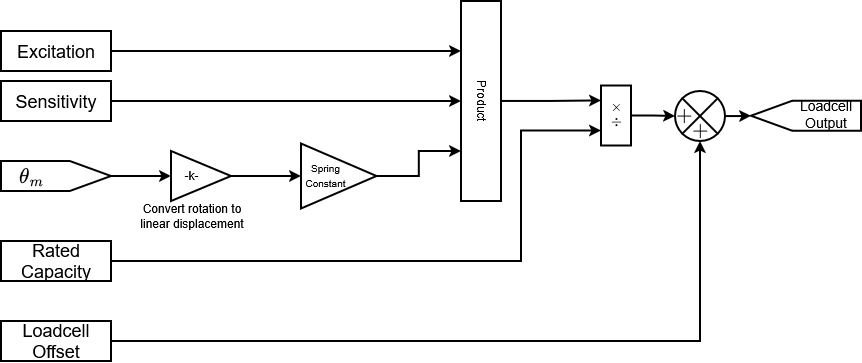
The draw.io diagram latex/figs/ch2_loadcell_model.png in DrewTCurrie/ThesisWork, before a commit. Source tidied: cells renumbered, new cells last; positions are measured from the earlier drawing's top-left corner, leaving out a move shared by most shapes. The source it was exported from:
```xml
<mxGraphModel math="1">
  <root>
    <mxCell id="0" />
    <mxCell id="1" parent="0" />
    <mxCell id="2" style="edgeStyle=orthogonalEdgeStyle;rounded=0;jettySize=auto;html=1;entryX=0;entryY=0.5;entryDx=0;entryDy=0;defaultLabelBackgroundColor=page;strokeWidth=2;" parent="1" edge="1" source="3" target="14">
      <mxGeometry relative="1" as="geometry" />
    </mxCell>
    <mxCell id="3" style="shape=offPageConnector;whiteSpace=wrap;html=1;rotation=-90;strokeWidth=2;" parent="1" vertex="1">
      <mxGeometry x="40" y="90" width="30" height="110" as="geometry" />
    </mxCell>
    <mxCell id="4" style="edgeStyle=orthogonalEdgeStyle;rounded=0;jettySize=auto;html=1;defaultLabelBackgroundColor=page;entryX=0.25;entryY=1;entryDx=0;entryDy=0;strokeWidth=2;" parent="1" edge="1" source="5" target="21">
      <mxGeometry x="-0.13" relative="1" as="geometry" />
    </mxCell>
    <mxCell id="5" value="&lt;font style=&quot;font-size: 18px;&quot;&gt;Excitation&lt;/font&gt;" style="rounded=0;whiteSpace=wrap;html=1;strokeWidth=2;" parent="1" vertex="1">
      <mxGeometry width="110" height="40" as="geometry" />
    </mxCell>
    <mxCell id="6" style="edgeStyle=orthogonalEdgeStyle;rounded=0;jettySize=auto;html=1;defaultLabelBackgroundColor=page;strokeWidth=2;" parent="1" edge="1" source="7" target="21">
      <mxGeometry relative="1" as="geometry" />
    </mxCell>
    <mxCell id="7" value="&lt;font style=&quot;font-size: 18px;&quot;&gt;Sensitivity&lt;/font&gt;" style="rounded=0;whiteSpace=wrap;html=1;strokeWidth=2;" parent="1" vertex="1">
      <mxGeometry y="50" width="110" height="40" as="geometry" />
    </mxCell>
    <mxCell id="8" style="edgeStyle=orthogonalEdgeStyle;rounded=0;jettySize=auto;html=1;entryX=0;entryY=0.75;entryDx=0;entryDy=0;defaultLabelBackgroundColor=page;strokeWidth=2;" parent="1" edge="1" source="9" target="22">
      <mxGeometry relative="1" as="geometry">
        <Array as="points">
          <mxPoint x="520" y="230" />
          <mxPoint x="520" y="99.5" />
        </Array>
      </mxGeometry>
    </mxCell>
    <mxCell id="9" value="&lt;font style=&quot;font-size: 18px;&quot;&gt;Rated Capacity&lt;/font&gt;" style="rounded=0;whiteSpace=wrap;html=1;strokeWidth=2;" parent="1" vertex="1">
      <mxGeometry y="210" width="110" height="40" as="geometry" />
    </mxCell>
    <mxCell id="10" style="edgeStyle=orthogonalEdgeStyle;rounded=0;jettySize=auto;html=1;defaultLabelBackgroundColor=page;strokeWidth=2;" parent="1" edge="1" source="11" target="27">
      <mxGeometry relative="1" as="geometry" />
    </mxCell>
    <mxCell id="11" value="&lt;font style=&quot;font-size: 18px;&quot;&gt;Loadcell Offset&lt;/font&gt;" style="rounded=0;whiteSpace=wrap;html=1;strokeWidth=2;" parent="1" vertex="1">
      <mxGeometry y="290" width="110" height="40" as="geometry" />
    </mxCell>
    <mxCell id="12" value="&lt;font style=&quot;font-size: 18px;&quot;&gt;\(\theta_m\)&lt;/font&gt;" style="text;html=1;whiteSpace=wrap;strokeColor=none;fillColor=none;align=center;verticalAlign=middle;rounded=0;strokeWidth=2;" parent="1" vertex="1">
      <mxGeometry y="130" width="60" height="30" as="geometry" />
    </mxCell>
    <mxCell id="13" style="edgeStyle=orthogonalEdgeStyle;rounded=0;jettySize=auto;html=1;entryX=0;entryY=0.5;entryDx=0;entryDy=0;defaultLabelBackgroundColor=page;strokeWidth=2;" parent="1" edge="1" source="14" target="18">
      <mxGeometry relative="1" as="geometry" />
    </mxCell>
    <mxCell id="14" style="triangle;whiteSpace=wrap;html=1;shapeInside=1;strokeWidth=2;" parent="1" vertex="1">
      <mxGeometry x="170" y="120" width="60" height="50" as="geometry" />
    </mxCell>
    <mxCell id="15" value="-k-" style="text;html=1;whiteSpace=wrap;strokeColor=none;fillColor=none;align=center;verticalAlign=middle;rounded=0;strokeWidth=2;" parent="1" vertex="1">
      <mxGeometry x="177" y="134.7" width="27" height="18.6" as="geometry" />
    </mxCell>
    <mxCell id="16" value="Convert rotation to linear displacement" style="text;html=1;whiteSpace=wrap;strokeColor=none;fillColor=none;align=center;verticalAlign=middle;rounded=0;strokeWidth=2;" parent="1" vertex="1">
      <mxGeometry x="135.5" y="170" width="110" height="30" as="geometry" />
    </mxCell>
    <mxCell id="17" style="edgeStyle=orthogonalEdgeStyle;rounded=0;jettySize=auto;html=1;entryX=0.75;entryY=1;entryDx=0;entryDy=0;defaultLabelBackgroundColor=page;strokeWidth=2;" parent="1" edge="1" source="18" target="21">
      <mxGeometry relative="1" as="geometry" />
    </mxCell>
    <mxCell id="18" style="triangle;whiteSpace=wrap;html=1;shapeInside=1;strokeWidth=2;" parent="1" vertex="1">
      <mxGeometry x="300" y="112.5" width="75.5" height="65" as="geometry" />
    </mxCell>
    <mxCell id="19" value="&lt;font style=&quot;font-size: 10px;&quot;&gt;Spring Constant&lt;/font&gt;" style="text;html=1;whiteSpace=wrap;strokeColor=none;fillColor=none;align=center;verticalAlign=middle;rounded=0;strokeWidth=2;" parent="1" vertex="1">
      <mxGeometry x="310.5" y="134.7" width="27" height="18.6" as="geometry" />
    </mxCell>
    <mxCell id="20" style="edgeStyle=orthogonalEdgeStyle;rounded=0;jettySize=auto;html=1;entryX=0;entryY=0.25;entryDx=0;entryDy=0;defaultLabelBackgroundColor=page;strokeWidth=2;" parent="1" edge="1" source="21" target="22">
      <mxGeometry relative="1" as="geometry" />
    </mxCell>
    <mxCell id="21" value="Product" style="rounded=0;whiteSpace=wrap;html=1;rotation=90;strokeWidth=2;points=[[0.25,1,1,0,0],[0.5,0,1,0,0],[0.75,1,1,0,0]];" parent="1" vertex="1">
      <mxGeometry x="380" y="50" width="200" height="40" as="geometry" />
    </mxCell>
    <mxCell id="22" style="rounded=0;whiteSpace=wrap;html=1;strokeWidth=2;" parent="1" vertex="1">
      <mxGeometry x="600" y="54.5" width="30" height="60" as="geometry" />
    </mxCell>
    <mxCell id="23" value="&lt;div&gt;\(\times\)&lt;/div&gt;&lt;div&gt;\(\div\)&lt;/div&gt;" style="text;html=1;whiteSpace=wrap;strokeColor=none;fillColor=none;align=center;verticalAlign=middle;rounded=0;strokeWidth=2;" parent="1" vertex="1">
      <mxGeometry x="609.2" y="52.8" width="11.5" height="60" as="geometry" />
    </mxCell>
    <mxCell id="24" style="group;strokeWidth=2;" parent="1" vertex="1">
      <mxGeometry x="670" y="60" width="54" height="54" as="geometry" />
    </mxCell>
    <mxCell id="25" value="&lt;font style=&quot;font-size: 18px;&quot;&gt;$$+$$&lt;/font&gt;" style="text;html=1;whiteSpace=wrap;strokeColor=none;fillColor=none;align=center;verticalAlign=middle;rounded=0;strokeWidth=2;" parent="24" vertex="1">
      <mxGeometry x="16" y="24" width="27" height="30" as="geometry" />
    </mxCell>
    <mxCell id="26" value="&lt;font style=&quot;font-size: 18px;&quot;&gt;$$+$$&lt;/font&gt;" style="text;html=1;whiteSpace=wrap;strokeColor=none;fillColor=none;align=center;verticalAlign=middle;rounded=0;strokeWidth=2;" parent="24" vertex="1">
      <mxGeometry y="9" width="27" height="30" as="geometry" />
    </mxCell>
    <mxCell id="27" style="verticalLabelPosition=bottom;verticalAlign=top;html=1;shape=mxgraph.flowchart.summing_junction;labelPerimeter=1;strokeWidth=2;points=[[0,0.5,0,0,0],[0.5,1,0,0,0],[1,0.5,0,0,0]];fillColor=none;" parent="24" vertex="1">
      <mxGeometry x="4" width="50" height="50" as="geometry" />
    </mxCell>
    <mxCell id="28" style="edgeStyle=orthogonalEdgeStyle;rounded=0;jettySize=auto;html=1;entryX=0;entryY=0.5;entryDx=0;entryDy=0;entryPerimeter=0;defaultLabelBackgroundColor=page;strokeWidth=2;" parent="1" edge="1" source="22" target="27">
      <mxGeometry relative="1" as="geometry" />
    </mxCell>
    <mxCell id="29" style="shape=offPageConnector;whiteSpace=wrap;html=1;rotation=90;strokeWidth=2;" parent="1" vertex="1">
      <mxGeometry x="790" y="29.8" width="30" height="110" as="geometry" />
    </mxCell>
    <mxCell id="30" style="edgeStyle=orthogonalEdgeStyle;rounded=0;jettySize=auto;html=1;entryX=0.5;entryY=1;entryDx=0;entryDy=0;defaultLabelBackgroundColor=page;strokeWidth=2;" parent="1" edge="1" source="27" target="29">
      <mxGeometry relative="1" as="geometry" />
    </mxCell>
    <mxCell id="31" value="&lt;font style=&quot;font-size: 14px;&quot;&gt;Loadcell Output&lt;/font&gt;" style="text;html=1;whiteSpace=wrap;strokeColor=none;fillColor=none;align=center;verticalAlign=middle;rounded=0;strokeWidth=2;" parent="1" vertex="1">
      <mxGeometry x="790" y="74.1" width="70" height="17.2" as="geometry" />
    </mxCell>
  </root>
</mxGraphModel>
```
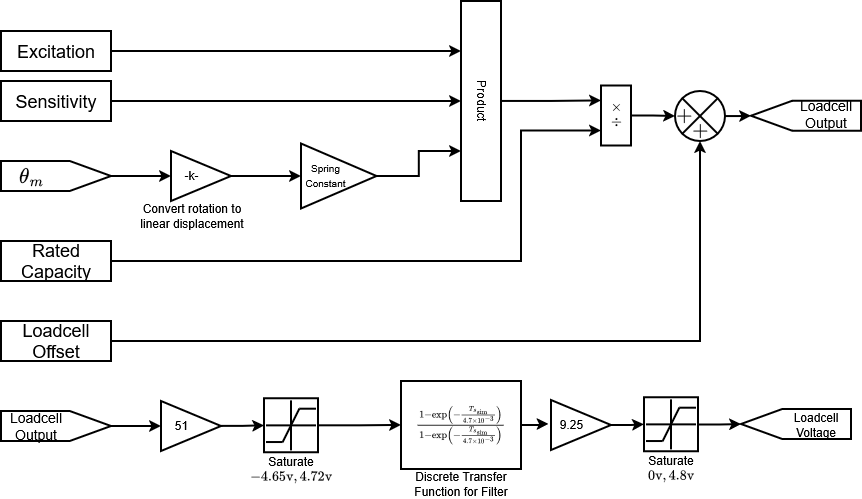
After the commit.

The edit, as a diff of the source:
```diff
@@ -97,5 +97,131 @@
     <mxCell id="31" value="&lt;font style=&quot;font-size: 14px;&quot;&gt;Loadcell Output&lt;/font&gt;" style="text;html=1;whiteSpace=wrap;strokeColor=none;fillColor=none;align=center;verticalAlign=middle;rounded=0;strokeWidth=2;" parent="1" vertex="1">
       <mxGeometry x="790" y="74.1" width="70" height="17.2" as="geometry" />
     </mxCell>
+    <mxCell id="32" style="edgeStyle=orthogonalEdgeStyle;rounded=0;jettySize=auto;html=1;entryX=0;entryY=0.5;entryDx=0;entryDy=0;defaultLabelBackgroundColor=page;strokeWidth=2;" parent="1" edge="1" source="33" target="36">
+      <mxGeometry relative="1" as="geometry" />
+    </mxCell>
+    <mxCell id="33" style="shape=offPageConnector;whiteSpace=wrap;html=1;rotation=-90;strokeWidth=2;" parent="1" vertex="1">
+      <mxGeometry x="40" y="340" width="30" height="110" as="geometry" />
+    </mxCell>
+    <mxCell id="34" value="&lt;font style=&quot;font-size: 14px;&quot;&gt;Loadcell Output&lt;/font&gt;" style="text;html=1;whiteSpace=wrap;strokeColor=none;fillColor=none;align=center;verticalAlign=middle;rounded=0;strokeWidth=2;" parent="1" vertex="1">
+      <mxGeometry y="386.4" width="70" height="17.2" as="geometry" />
+    </mxCell>
+    <mxCell id="35" style="edgeStyle=orthogonalEdgeStyle;rounded=0;jettySize=auto;html=1;entryX=0;entryY=0.5;entryDx=0;entryDy=0;defaultLabelBackgroundColor=page;strokeWidth=2;" parent="1" edge="1" source="36" target="39">
+      <mxGeometry relative="1" as="geometry" />
+    </mxCell>
+    <mxCell id="36" style="triangle;whiteSpace=wrap;html=1;shapeInside=1;strokeWidth=2;" parent="1" vertex="1">
+      <mxGeometry x="160" y="370" width="60" height="50" as="geometry" />
+    </mxCell>
+    <mxCell id="37" value="51" style="text;html=1;whiteSpace=wrap;strokeColor=none;fillColor=none;align=center;verticalAlign=middle;rounded=0;strokeWidth=2;" parent="1" vertex="1">
+      <mxGeometry x="167" y="384.7" width="27" height="18.6" as="geometry" />
+    </mxCell>
+    <mxCell id="38" style="edgeStyle=orthogonalEdgeStyle;rounded=0;jettySize=auto;html=1;defaultLabelBackgroundColor=page;strokeWidth=2;" parent="1" edge="1" source="39" target="47">
+      <mxGeometry relative="1" as="geometry" />
+    </mxCell>
+    <mxCell id="39" style="whiteSpace=wrap;html=1;points=[[0,0.5,1,0,0],[1,0.5,1,0,0]];strokeWidth=2;fontStyle=4;" parent="1" vertex="1">
+      <mxGeometry x="263" y="367.4" width="54" height="54" as="geometry" />
+    </mxCell>
+    <mxCell id="40" style="group;fontStyle=4;strokeWidth=2;" parent="1" vertex="1">
+      <mxGeometry x="265" y="369.4" width="50" height="50" as="geometry" />
+    </mxCell>
+    <mxCell id="41" style="endArrow=none;html=1;rounded=0;defaultLabelBackgroundColor=page;strokeWidth=2;fontStyle=4;" parent="40" edge="1">
+      <mxGeometry relative="1" as="geometry">
+        <mxPoint y="25" as="sourcePoint" />
+        <mxPoint x="50" y="25" as="targetPoint" />
+      </mxGeometry>
+    </mxCell>
+    <mxCell id="42" style="endArrow=none;html=1;rounded=0;defaultLabelBackgroundColor=page;strokeWidth=2;fontStyle=4;" parent="40" edge="1">
+      <mxGeometry relative="1" as="geometry">
+        <mxPoint x="25" y="50" as="sourcePoint" />
+        <mxPoint x="25" as="targetPoint" />
+      </mxGeometry>
+    </mxCell>
+    <mxCell id="43" style="endArrow=none;html=1;rounded=0;defaultLabelBackgroundColor=page;fontStyle=4;strokeWidth=2;" parent="40" edge="1">
+      <mxGeometry relative="1" as="geometry">
+        <mxPoint x="16.7" y="41.7" as="sourcePoint" />
+        <mxPoint y="41.7" as="targetPoint" />
+      </mxGeometry>
+    </mxCell>
+    <mxCell id="44" style="endArrow=none;html=1;rounded=0;defaultLabelBackgroundColor=page;fontStyle=4;strokeWidth=2;" parent="40" edge="1">
+      <mxGeometry relative="1" as="geometry">
+        <mxPoint x="50" y="8.3" as="sourcePoint" />
+        <mxPoint x="33.3" y="8.3" as="targetPoint" />
+      </mxGeometry>
+    </mxCell>
+    <mxCell id="45" style="endArrow=none;html=1;rounded=0;defaultLabelBackgroundColor=page;fontStyle=4;strokeWidth=2;" parent="40" edge="1">
+      <mxGeometry relative="1" as="geometry">
+        <mxPoint x="16.7" y="41.7" as="sourcePoint" />
+        <mxPoint x="33.3" y="8.3" as="targetPoint" />
+      </mxGeometry>
+    </mxCell>
+    <mxCell id="46" value="Saturate \(-4.65\text{v},4.72\text{v}\)" style="text;html=1;whiteSpace=wrap;strokeColor=none;fillColor=none;align=center;verticalAlign=middle;rounded=0;strokeWidth=2;" parent="1" vertex="1">
+      <mxGeometry x="260" y="423.4" width="60" height="30" as="geometry" />
+    </mxCell>
+    <mxCell id="47" value="\(\frac{1 - \exp\left(-\frac{T_{s_\text{sim}}}{4.7 \times 10^{-3}}\right)}{1 - \exp\left(-\frac{T_{s_\text{sim}}}{4.7 \times 10^{-3}}\right)}\)" style="rounded=0;whiteSpace=wrap;html=1;strokeWidth=2;" parent="1" vertex="1">
+      <mxGeometry x="400" y="350" width="120" height="88" as="geometry" />
+    </mxCell>
+    <mxCell id="48" value="Discrete Transfer Function for Filter" style="text;html=1;whiteSpace=wrap;strokeColor=none;fillColor=none;align=center;verticalAlign=middle;rounded=0;strokeWidth=2;" parent="1" vertex="1">
+      <mxGeometry x="400" y="438" width="120" height="30" as="geometry" />
+    </mxCell>
+    <mxCell id="49" style="edgeStyle=orthogonalEdgeStyle;rounded=0;jettySize=auto;html=1;entryX=0;entryY=0.5;entryDx=0;entryDy=0;defaultLabelBackgroundColor=page;strokeWidth=2;" parent="1" edge="1" source="50" target="54">
+      <mxGeometry relative="1" as="geometry" />
+    </mxCell>
+    <mxCell id="50" style="triangle;whiteSpace=wrap;html=1;shapeInside=1;strokeWidth=2;" parent="1" vertex="1">
+      <mxGeometry x="550" y="369" width="60" height="50" as="geometry" />
+    </mxCell>
+    <mxCell id="51" value="9.25" style="text;html=1;whiteSpace=wrap;strokeColor=none;fillColor=none;align=center;verticalAlign=middle;rounded=0;strokeWidth=2;" parent="1" vertex="1">
+      <mxGeometry x="557" y="383.7" width="27" height="18.6" as="geometry" />
+    </mxCell>
+    <mxCell id="52" style="edgeStyle=orthogonalEdgeStyle;rounded=0;jettySize=auto;html=1;entryX=-0.04;entryY=0.479;entryDx=0;entryDy=0;entryPerimeter=0;defaultLabelBackgroundColor=page;strokeWidth=2;" parent="1" edge="1" source="47" target="50">
+      <mxGeometry relative="1" as="geometry" />
+    </mxCell>
+    <mxCell id="53" style="edgeStyle=orthogonalEdgeStyle;rounded=0;jettySize=auto;html=1;exitX=1;exitY=0.5;exitDx=0;exitDy=0;entryX=0.5;entryY=1;entryDx=0;entryDy=0;defaultLabelBackgroundColor=page;strokeWidth=2;" parent="1" edge="1" source="54" target="62">
+      <mxGeometry relative="1" as="geometry" />
+    </mxCell>
+    <mxCell id="54" style="whiteSpace=wrap;html=1;points=[[0,0.5,1,0,0],[1,0.5,1,0,0]];strokeWidth=2;fontStyle=4;" parent="1" vertex="1">
+      <mxGeometry x="643" y="366.4" width="54" height="54" as="geometry" />
+    </mxCell>
+    <mxCell id="55" style="group;fontStyle=4;strokeWidth=2;" parent="1" vertex="1">
+      <mxGeometry x="645" y="368.4" width="50" height="50" as="geometry" />
+    </mxCell>
+    <mxCell id="56" style="endArrow=none;html=1;rounded=0;defaultLabelBackgroundColor=page;strokeWidth=2;fontStyle=4;" parent="55" edge="1">
+      <mxGeometry relative="1" as="geometry">
+        <mxPoint y="25" as="sourcePoint" />
+        <mxPoint x="50" y="25" as="targetPoint" />
+      </mxGeometry>
+    </mxCell>
+    <mxCell id="57" style="endArrow=none;html=1;rounded=0;defaultLabelBackgroundColor=page;strokeWidth=2;fontStyle=4;" parent="55" edge="1">
+      <mxGeometry relative="1" as="geometry">
+        <mxPoint x="25" y="50" as="sourcePoint" />
+        <mxPoint x="25" as="targetPoint" />
+      </mxGeometry>
+    </mxCell>
+    <mxCell id="58" style="endArrow=none;html=1;rounded=0;defaultLabelBackgroundColor=page;fontStyle=4;strokeWidth=2;" parent="55" edge="1">
+      <mxGeometry relative="1" as="geometry">
+        <mxPoint x="16.7" y="41.7" as="sourcePoint" />
+        <mxPoint y="41.7" as="targetPoint" />
+      </mxGeometry>
+    </mxCell>
+    <mxCell id="59" style="endArrow=none;html=1;rounded=0;defaultLabelBackgroundColor=page;fontStyle=4;strokeWidth=2;" parent="55" edge="1">
+      <mxGeometry relative="1" as="geometry">
+        <mxPoint x="50" y="8.3" as="sourcePoint" />
+        <mxPoint x="33.3" y="8.3" as="targetPoint" />
+      </mxGeometry>
+    </mxCell>
+    <mxCell id="60" style="endArrow=none;html=1;rounded=0;defaultLabelBackgroundColor=page;fontStyle=4;strokeWidth=2;" parent="55" edge="1">
+      <mxGeometry relative="1" as="geometry">
+        <mxPoint x="16.7" y="41.7" as="sourcePoint" />
+        <mxPoint x="33.3" y="8.3" as="targetPoint" />
+      </mxGeometry>
+    </mxCell>
+    <mxCell id="61" value="Saturate \(0\text{v},4.8\text{v}\)" style="text;html=1;whiteSpace=wrap;strokeColor=none;fillColor=none;align=center;verticalAlign=middle;rounded=0;strokeWidth=2;" parent="1" vertex="1">
+      <mxGeometry x="640" y="422.4" width="60" height="30" as="geometry" />
+    </mxCell>
+    <mxCell id="62" style="shape=offPageConnector;whiteSpace=wrap;html=1;rotation=90;strokeWidth=2;" parent="1" vertex="1">
+      <mxGeometry x="780" y="338" width="30" height="110" as="geometry" />
+    </mxCell>
+    <mxCell id="63" value="Loadcell Voltage" style="text;html=1;whiteSpace=wrap;strokeColor=none;fillColor=none;align=center;verticalAlign=middle;rounded=0;strokeWidth=2;" parent="1" vertex="1">
+      <mxGeometry x="780" y="385.3" width="70" height="17.2" as="geometry" />
+    </mxCell>
   </root>
 </mxGraphModel>
```
